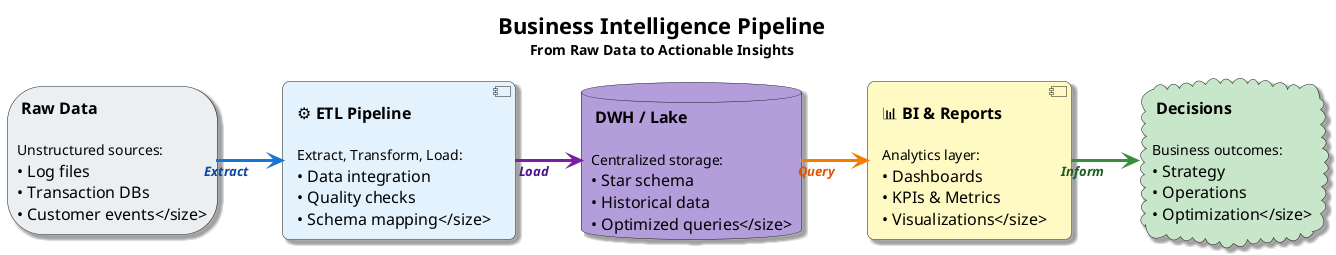
Above: diagrams/week01/week1_bi_context.png in OrPerets/data-engineering-course (PlantUML), before the change. Source of this version:
```plantuml
@startuml
left to right direction
skinparam defaultFontName "Segoe UI, Helvetica, sans-serif"
skinparam defaultFontSize 16
skinparam roundcorner 15
skinparam shadowing true
skinparam linetype ortho
skinparam nodesep 40
skinparam ranksep 65

skinparam arrow {
    Thickness 3
    FontSize 13
    FontStyle italic
}

title <size:22><b>Business Intelligence Pipeline</b></size>\n<size:14>From Raw Data to Actionable Insights</size>

storage "📄 **Raw Data**\n\n<size:14>Unstructured sources:\n• Log files\n• Transaction DBs\n• Customer events</size>" as R #ECEFF1

component "⚙️ **ETL Pipeline**\n\n<size:14>Extract, Transform, Load:\n• Data integration\n• Quality checks\n• Schema mapping</size>" as E #E3F2FD

database "🏢 **DWH / Lake**\n\n<size:14>Centralized storage:\n• Star schema\n• Historical data\n• Optimized queries</size>" as D #B39DDB

component "📊 **BI & Reports**\n\n<size:14>Analytics layer:\n• Dashboards\n• KPIs & Metrics\n• Visualizations</size>" as B #FFF9C4

cloud "🎯 **Decisions**\n\n<size:14>Business outcomes:\n• Strategy\n• Operations\n• Optimization</size>" as X #C8E6C9

R -[#1976D2,thickness=3]-> E : <size:13><color:#0D47A1>**Extract**</color></size>
E -[#7B1FA2,thickness=3]-> D : <size:13><color:#4A148C>**Load**</color></size>
D -[#F57C00,thickness=3]-> B : <size:13><color:#E65100>**Query**</color></size>
B -[#388E3C,thickness=3]-> X : <size:13><color:#1B5E20>**Inform**</color></size>

@enduml
```
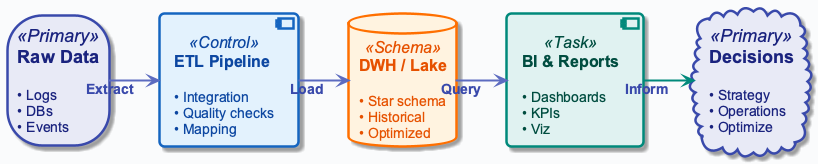
The same file after the commit.

Diff of the diagram source:
```diff
@@ -1,34 +1,20 @@
 @startuml
+!include ../_template_styles.puml
 left to right direction
-skinparam defaultFontName "Segoe UI, Helvetica, sans-serif"
-skinparam defaultFontSize 16
-skinparam roundcorner 15
-skinparam shadowing true
-skinparam linetype ortho
-skinparam nodesep 40
-skinparam ranksep 65
 
-skinparam arrow {
-    Thickness 3
-    FontSize 13
-    FontStyle italic
-}
+storage "**Raw Data**\n\n<size:14>• Logs</size>\n<size:14>• DBs</size>\n<size:14>• Events</size>" as R <<Primary>>
 
-title <size:22><b>Business Intelligence Pipeline</b></size>\n<size:14>From Raw Data to Actionable Insights</size>
+component "**ETL Pipeline**\n\n<size:14>• Integration</size>\n<size:14>• Quality checks</size>\n<size:14>• Mapping</size>" as E <<Control>>
 
-storage "📄 **Raw Data**\n\n<size:14>Unstructured sources:\n• Log files\n• Transaction DBs\n• Customer events</size>" as R #ECEFF1
+database "**DWH / Lake**\n\n<size:14>• Star schema</size>\n<size:14>• Historical</size>\n<size:14>• Optimized</size>" as D <<Schema>>
 
-component "⚙️ **ETL Pipeline**\n\n<size:14>Extract, Transform, Load:\n• Data integration\n• Quality checks\n• Schema mapping</size>" as E #E3F2FD
+component "**BI & Reports**\n\n<size:14>• Dashboards</size>\n<size:14>• KPIs</size>\n<size:14>• Viz</size>" as B <<Task>>
 
-database "🏢 **DWH / Lake**\n\n<size:14>Centralized storage:\n• Star schema\n• Historical data\n• Optimized queries</size>" as D #B39DDB
+cloud "**Decisions**\n\n<size:14>• Strategy</size>\n<size:14>• Operations</size>\n<size:14>• Optimize</size>" as X <<Primary>>
 
-component "📊 **BI & Reports**\n\n<size:14>Analytics layer:\n• Dashboards\n• KPIs & Metrics\n• Visualizations</size>" as B #FFF9C4
-
-cloud "🎯 **Decisions**\n\n<size:14>Business outcomes:\n• Strategy\n• Operations\n• Optimization</size>" as X #C8E6C9
-
-R -[#1976D2,thickness=3]-> E : <size:13><color:#0D47A1>**Extract**</color></size>
-E -[#7B1FA2,thickness=3]-> D : <size:13><color:#4A148C>**Load**</color></size>
-D -[#F57C00,thickness=3]-> B : <size:13><color:#E65100>**Query**</color></size>
-B -[#388E3C,thickness=3]-> X : <size:13><color:#1B5E20>**Inform**</color></size>
+R -[#5C6BC0,thickness=2]-> E : <color:#3949AB>**Extract**</color>
+E -[#5C6BC0,thickness=2]-> D : <color:#3949AB>**Load**</color>
+D -[#5C6BC0,thickness=2]-> B : <color:#3949AB>**Query**</color>
+B -[#00897B,thickness=2]-> X : <color:#3949AB>**Inform**</color>
 
 @enduml
```
